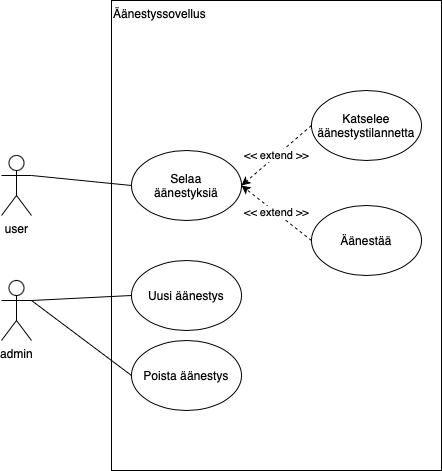
Above: aanestyssovellus.drawio.png in gitmixu/gitmixu.github.io (draw.io), before the change. Source tidied: cells renumbered, new cells last; positions are measured from the earlier drawing's top-left corner, leaving out a move shared by most shapes. The source it was exported from:
```xml
<mxGraphModel>
  <root>
    <mxCell id="0" />
    <mxCell id="1" parent="0" />
    <mxCell id="2" value="user" style="shape=umlActor;verticalLabelPosition=bottom;verticalAlign=top;html=1;outlineConnect=0;" parent="1" vertex="1">
      <mxGeometry y="155" width="30" height="60" as="geometry" />
    </mxCell>
    <mxCell id="3" value="admin" style="shape=umlActor;verticalLabelPosition=bottom;verticalAlign=top;html=1;outlineConnect=0;" parent="1" vertex="1">
      <mxGeometry y="280" width="30" height="60" as="geometry" />
    </mxCell>
    <mxCell id="4" value="Äänestyssovellus" style="rounded=0;whiteSpace=wrap;html=1;strokeWidth=1;align=left;verticalAlign=top;" parent="1" vertex="1">
      <mxGeometry x="110" width="330" height="470" as="geometry" />
    </mxCell>
    <mxCell id="5" style="rounded=0;jettySize=auto;html=1;exitX=0;exitY=0.5;exitDx=0;exitDy=0;entryX=1;entryY=0.3333333333333333;entryDx=0;entryDy=0;entryPerimeter=0;endArrow=none;endFill=0;" parent="1" edge="1" source="6" target="2">
      <mxGeometry relative="1" as="geometry" />
    </mxCell>
    <mxCell id="6" value="Selaa&lt;br&gt;äänestyksiä" style="ellipse;whiteSpace=wrap;html=1;" parent="1" vertex="1">
      <mxGeometry x="130" y="150" width="110" height="70" as="geometry" />
    </mxCell>
    <mxCell id="7" style="rounded=0;jettySize=auto;html=1;exitX=0;exitY=0.5;exitDx=0;exitDy=0;entryX=1;entryY=0.3333333333333333;entryDx=0;entryDy=0;entryPerimeter=0;endArrow=none;endFill=0;" parent="1" edge="1" source="8" target="3">
      <mxGeometry relative="1" as="geometry" />
    </mxCell>
    <mxCell id="8" value="Uusi äänestys" style="ellipse;whiteSpace=wrap;html=1;" parent="1" vertex="1">
      <mxGeometry x="130" y="260" width="110" height="70" as="geometry" />
    </mxCell>
    <mxCell id="9" style="rounded=0;jettySize=auto;html=1;exitX=0;exitY=0.5;exitDx=0;exitDy=0;entryX=1;entryY=0.3333333333333333;entryDx=0;entryDy=0;entryPerimeter=0;endArrow=none;endFill=0;" parent="1" edge="1" source="10" target="3">
      <mxGeometry relative="1" as="geometry" />
    </mxCell>
    <mxCell id="10" value="Poista äänestys" style="ellipse;whiteSpace=wrap;html=1;" parent="1" vertex="1">
      <mxGeometry x="130" y="340" width="110" height="70" as="geometry" />
    </mxCell>
    <mxCell id="11" value="&amp;lt;&amp;lt; extend &amp;gt;&amp;gt;" style="rounded=0;jettySize=auto;html=1;exitX=0;exitY=0.5;exitDx=0;exitDy=0;entryX=1;entryY=0.5;entryDx=0;entryDy=0;dashed=1;" parent="1" edge="1" source="12" target="6">
      <mxGeometry relative="1" as="geometry" />
    </mxCell>
    <mxCell id="12" value="Äänestää" style="ellipse;whiteSpace=wrap;html=1;" parent="1" vertex="1">
      <mxGeometry x="310" y="205" width="110" height="70" as="geometry" />
    </mxCell>
    <mxCell id="13" value="&amp;lt;&amp;lt; extend &amp;gt;&amp;gt;" style="rounded=0;jettySize=auto;html=1;exitX=0;exitY=0.5;exitDx=0;exitDy=0;entryX=1;entryY=0.5;entryDx=0;entryDy=0;dashed=1;" parent="1" edge="1" source="14" target="6">
      <mxGeometry relative="1" as="geometry" />
    </mxCell>
    <mxCell id="14" value="Katselee äänestystilannetta" style="ellipse;whiteSpace=wrap;html=1;" parent="1" vertex="1">
      <mxGeometry x="310" y="90" width="110" height="70" as="geometry" />
    </mxCell>
  </root>
</mxGraphModel>
```
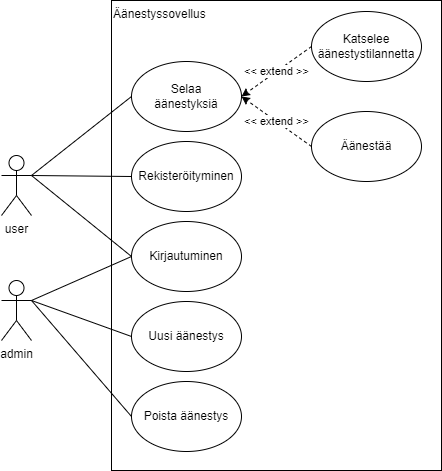
The same file after the commit.

Commit message:
admin ja user tunnistaminen

The edit, as a diff of the source:
```diff
@@ -15,31 +15,46 @@
       <mxGeometry relative="1" as="geometry" />
     </mxCell>
     <mxCell id="6" value="Selaa&lt;br&gt;äänestyksiä" style="ellipse;whiteSpace=wrap;html=1;" parent="1" vertex="1">
-      <mxGeometry x="130" y="150" width="110" height="70" as="geometry" />
+      <mxGeometry x="130" y="61" width="110" height="70" as="geometry" />
     </mxCell>
     <mxCell id="7" style="rounded=0;jettySize=auto;html=1;exitX=0;exitY=0.5;exitDx=0;exitDy=0;entryX=1;entryY=0.3333333333333333;entryDx=0;entryDy=0;entryPerimeter=0;endArrow=none;endFill=0;" parent="1" edge="1" source="8" target="3">
       <mxGeometry relative="1" as="geometry" />
     </mxCell>
     <mxCell id="8" value="Uusi äänestys" style="ellipse;whiteSpace=wrap;html=1;" parent="1" vertex="1">
-      <mxGeometry x="130" y="260" width="110" height="70" as="geometry" />
+      <mxGeometry x="130" y="301" width="110" height="70" as="geometry" />
     </mxCell>
     <mxCell id="9" style="rounded=0;jettySize=auto;html=1;exitX=0;exitY=0.5;exitDx=0;exitDy=0;entryX=1;entryY=0.3333333333333333;entryDx=0;entryDy=0;entryPerimeter=0;endArrow=none;endFill=0;" parent="1" edge="1" source="10" target="3">
       <mxGeometry relative="1" as="geometry" />
     </mxCell>
     <mxCell id="10" value="Poista äänestys" style="ellipse;whiteSpace=wrap;html=1;" parent="1" vertex="1">
-      <mxGeometry x="130" y="340" width="110" height="70" as="geometry" />
+      <mxGeometry x="130" y="381" width="110" height="70" as="geometry" />
     </mxCell>
     <mxCell id="11" value="&amp;lt;&amp;lt; extend &amp;gt;&amp;gt;" style="rounded=0;jettySize=auto;html=1;exitX=0;exitY=0.5;exitDx=0;exitDy=0;entryX=1;entryY=0.5;entryDx=0;entryDy=0;dashed=1;" parent="1" edge="1" source="12" target="6">
       <mxGeometry relative="1" as="geometry" />
     </mxCell>
     <mxCell id="12" value="Äänestää" style="ellipse;whiteSpace=wrap;html=1;" parent="1" vertex="1">
-      <mxGeometry x="310" y="205" width="110" height="70" as="geometry" />
+      <mxGeometry x="310" y="111" width="110" height="70" as="geometry" />
     </mxCell>
     <mxCell id="13" value="&amp;lt;&amp;lt; extend &amp;gt;&amp;gt;" style="rounded=0;jettySize=auto;html=1;exitX=0;exitY=0.5;exitDx=0;exitDy=0;entryX=1;entryY=0.5;entryDx=0;entryDy=0;dashed=1;" parent="1" edge="1" source="14" target="6">
       <mxGeometry relative="1" as="geometry" />
     </mxCell>
     <mxCell id="14" value="Katselee äänestystilannetta" style="ellipse;whiteSpace=wrap;html=1;" parent="1" vertex="1">
-      <mxGeometry x="310" y="90" width="110" height="70" as="geometry" />
+      <mxGeometry x="310" y="11" width="110" height="70" as="geometry" />
     </mxCell>
+    <mxCell id="15" style="edgeStyle=none;html=1;exitX=0;exitY=0.5;exitDx=0;exitDy=0;entryX=1;entryY=0.3333333333333333;entryDx=0;entryDy=0;entryPerimeter=0;endArrow=none;endFill=0;" parent="1" edge="1" source="17" target="2">
+      <mxGeometry relative="1" as="geometry" />
+    </mxCell>
+    <mxCell id="16" style="edgeStyle=none;html=1;exitX=0;exitY=0.5;exitDx=0;exitDy=0;entryX=1;entryY=0.3333333333333333;entryDx=0;entryDy=0;entryPerimeter=0;endArrow=none;endFill=0;" parent="1" edge="1" source="17" target="3">
+      <mxGeometry relative="1" as="geometry" />
+    </mxCell>
+    <mxCell id="17" value="Kirjautuminen" style="ellipse;whiteSpace=wrap;html=1;" parent="1" vertex="1">
+      <mxGeometry x="130" y="221" width="110" height="70" as="geometry" />
+    </mxCell>
+    <mxCell id="18" style="edgeStyle=none;html=1;exitX=0;exitY=0.5;exitDx=0;exitDy=0;entryX=1;entryY=0.3333333333333333;entryDx=0;entryDy=0;entryPerimeter=0;endArrow=none;endFill=0;" parent="1" edge="1" source="19" target="2">
+      <mxGeometry relative="1" as="geometry" />
+    </mxCell>
+    <mxCell id="19" value="Rekisteröityminen" style="ellipse;whiteSpace=wrap;html=1;" parent="1" vertex="1">
+      <mxGeometry x="130" y="141" width="110" height="70" as="geometry" />
+    </mxCell>
   </root>
 </mxGraphModel>
```
